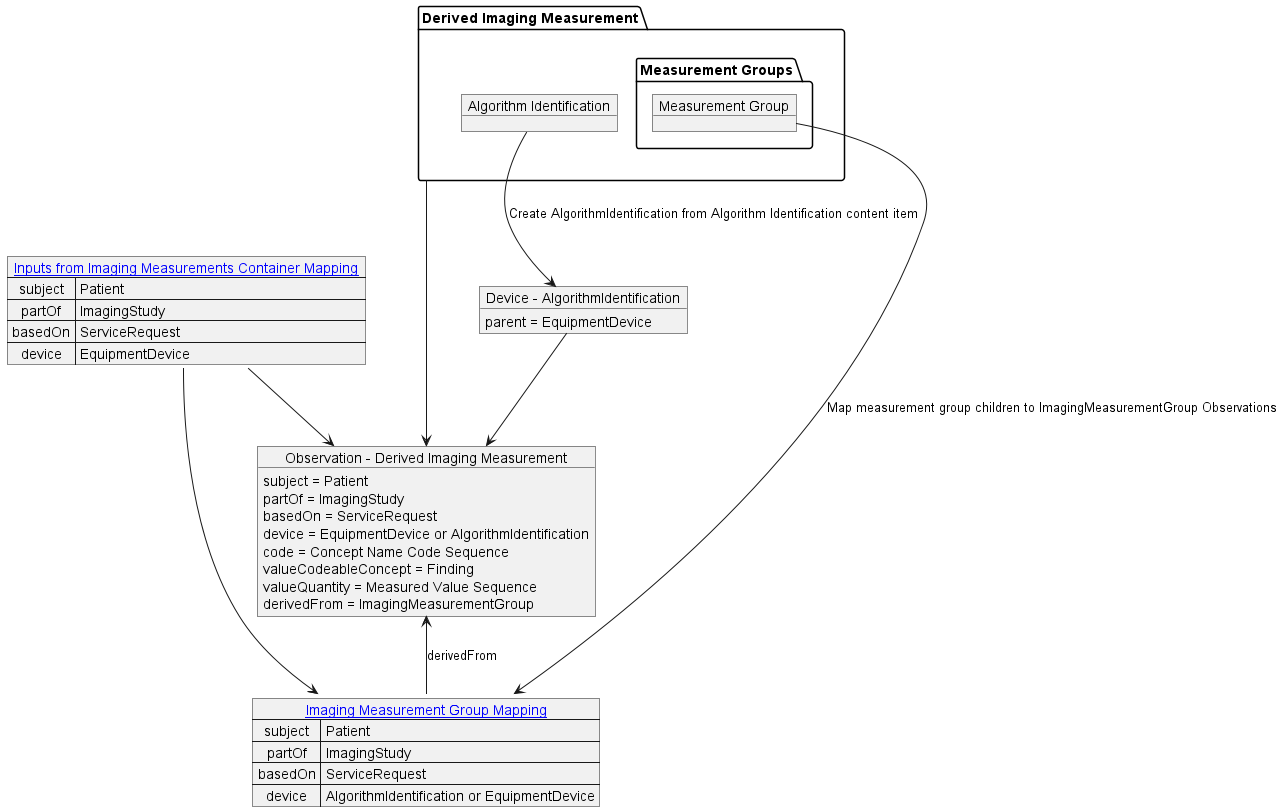
This is input/images/derived_imaging_measurement_mapping.png from HL7/dicom-sr, a PlantUML export, as it was before one commit. Its diagram source:
```plantuml
@startuml derived_imaging_measurement_mapping

map "[[mapping.html#imaging-measurements-container-mapping Inputs from Imaging Measurements Container Mapping]]" as inputs {
   subject => Patient
   partOf => ImagingStudy
   basedOn => ServiceRequest
   device => EquipmentDevice
}

package "Derived Imaging Measurement" as derivedMeasurement {
   object "Algorithm Identification" as algorithm
   package "Measurement Groups" {
    object "Measurement Group" as measurementGroup
   }
}

object "Device - AlgorithmIdentification" as AlgorithmIdentification {
    parent = EquipmentDevice
}

object "Observation - Derived Imaging Measurement" as derivedImagingMeasurement {
    subject = Patient
    partOf = ImagingStudy
    basedOn = ServiceRequest
    device = EquipmentDevice or AlgorithmIdentification
    code = Concept Name Code Sequence
    valueCodeableConcept = Finding
    valueQuantity = Measured Value Sequence
    derivedFrom = ImagingMeasurementGroup
}

map "[[mapping.html#imaging-measurement-group-mapping Imaging Measurement Group Mapping]]" as imagingMeasurementGroupMap {
    subject => Patient
    partOf => ImagingStudy
    basedOn => ServiceRequest
    device => AlgorithmIdentification or EquipmentDevice
}

algorithm --> AlgorithmIdentification: Create AlgorithmIdentification from Algorithm Identification content item

inputs --> derivedImagingMeasurement
AlgorithmIdentification --> derivedImagingMeasurement
derivedMeasurement --> derivedImagingMeasurement

inputs --> imagingMeasurementGroupMap
measurementGroup --> imagingMeasurementGroupMap: Map measurement group children to ImagingMeasurementGroup Observations
derivedImagingMeasurement <-- imagingMeasurementGroupMap: derivedFrom
@enduml
```
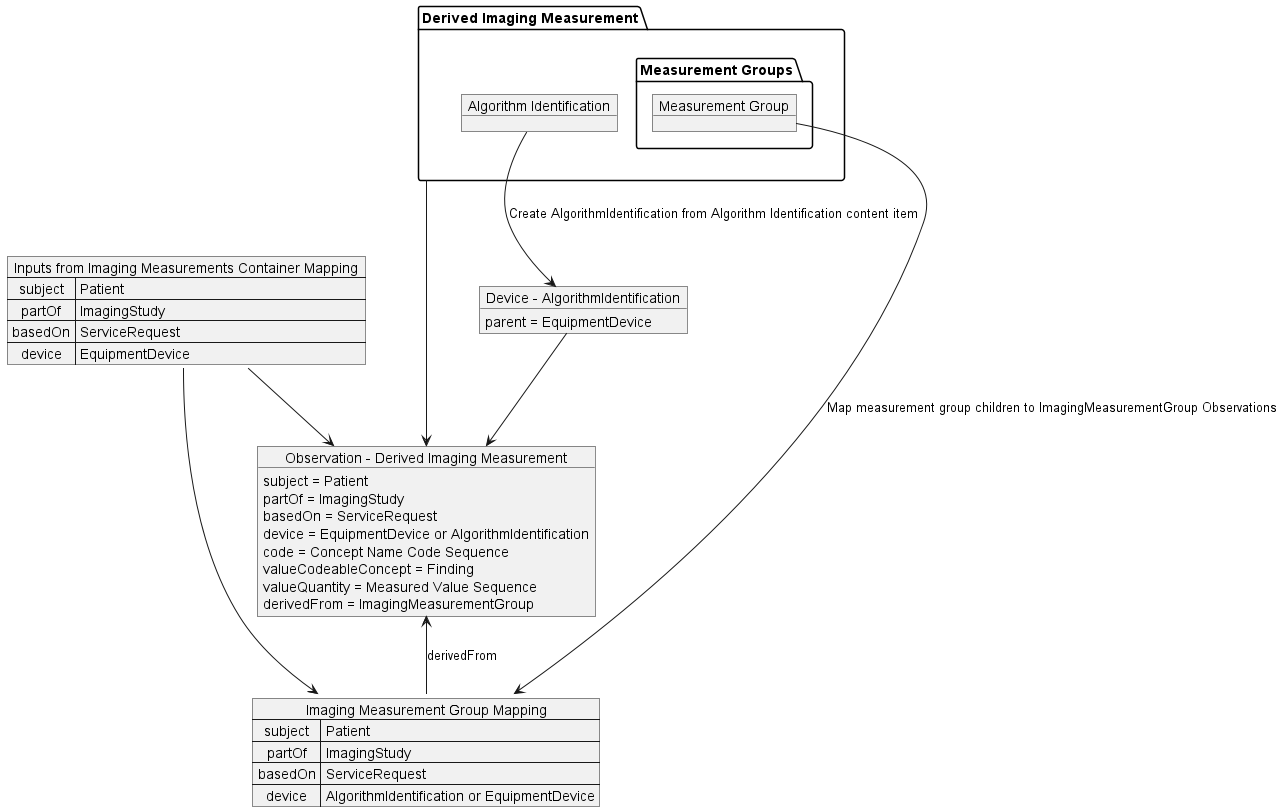
The same diagram one commit later.

Diff of the diagram source:
```diff
@@ -1,6 +1,6 @@
 @startuml derived_imaging_measurement_mapping
 
-map "[[mapping.html#imaging-measurements-container-mapping Inputs from Imaging Measurements Container Mapping]]" as inputs {
+map "Inputs from Imaging Measurements Container Mapping" as inputs {
    subject => Patient
    partOf => ImagingStudy
    basedOn => ServiceRequest
@@ -29,7 +29,7 @@
     derivedFrom = ImagingMeasurementGroup
 }
 
-map "[[mapping.html#imaging-measurement-group-mapping Imaging Measurement Group Mapping]]" as imagingMeasurementGroupMap {
+map "Imaging Measurement Group Mapping" as imagingMeasurementGroupMap {
     subject => Patient
     partOf => ImagingStudy
     basedOn => ServiceRequest
```
